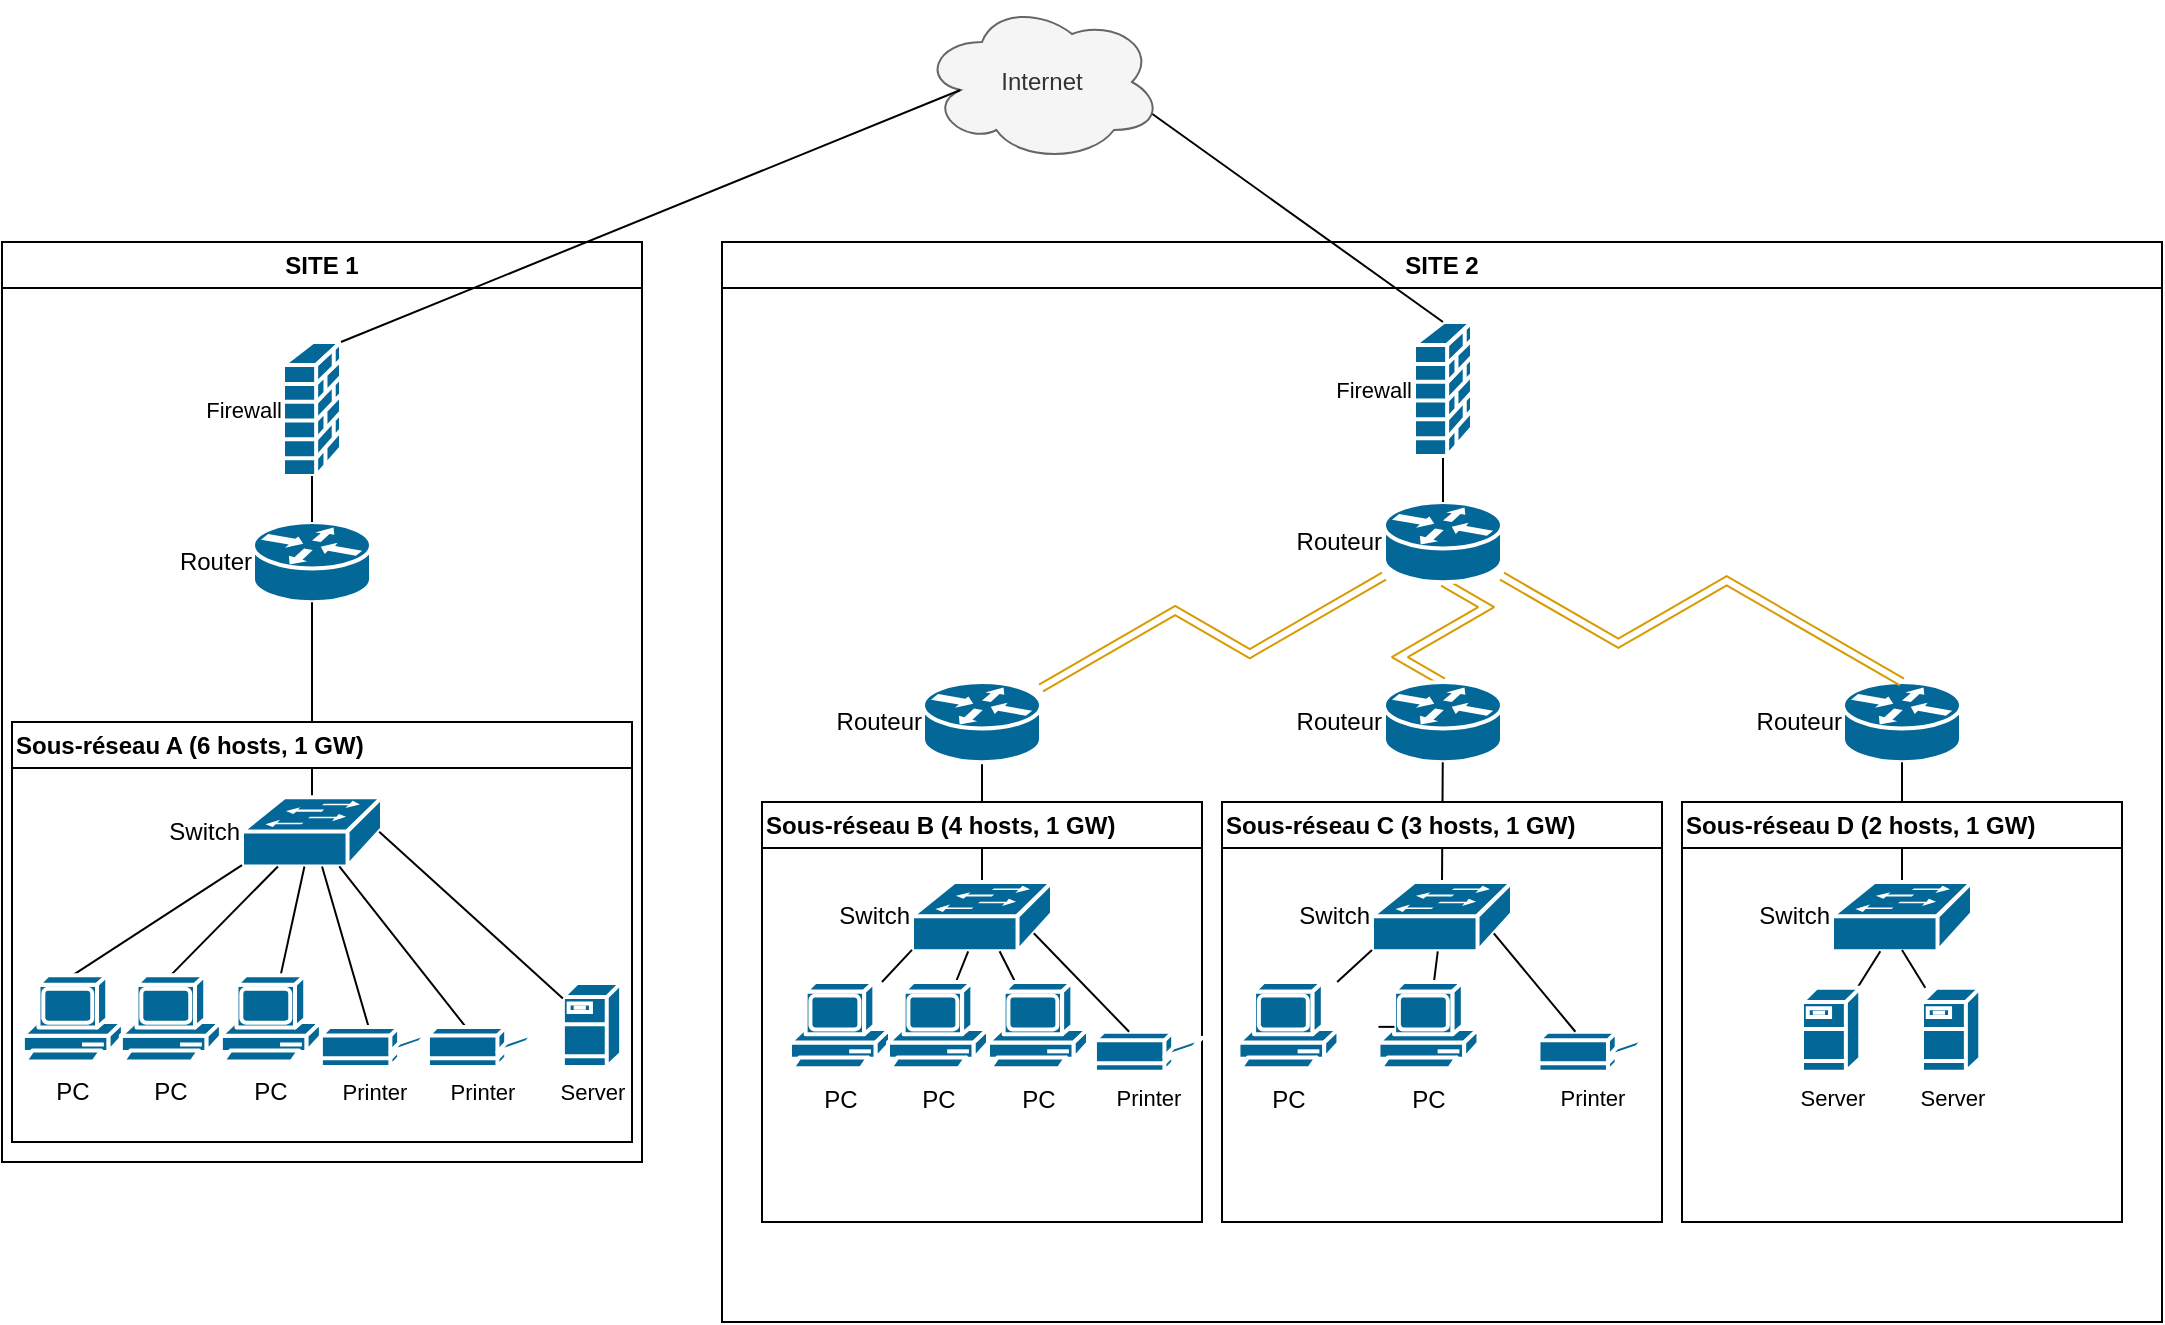
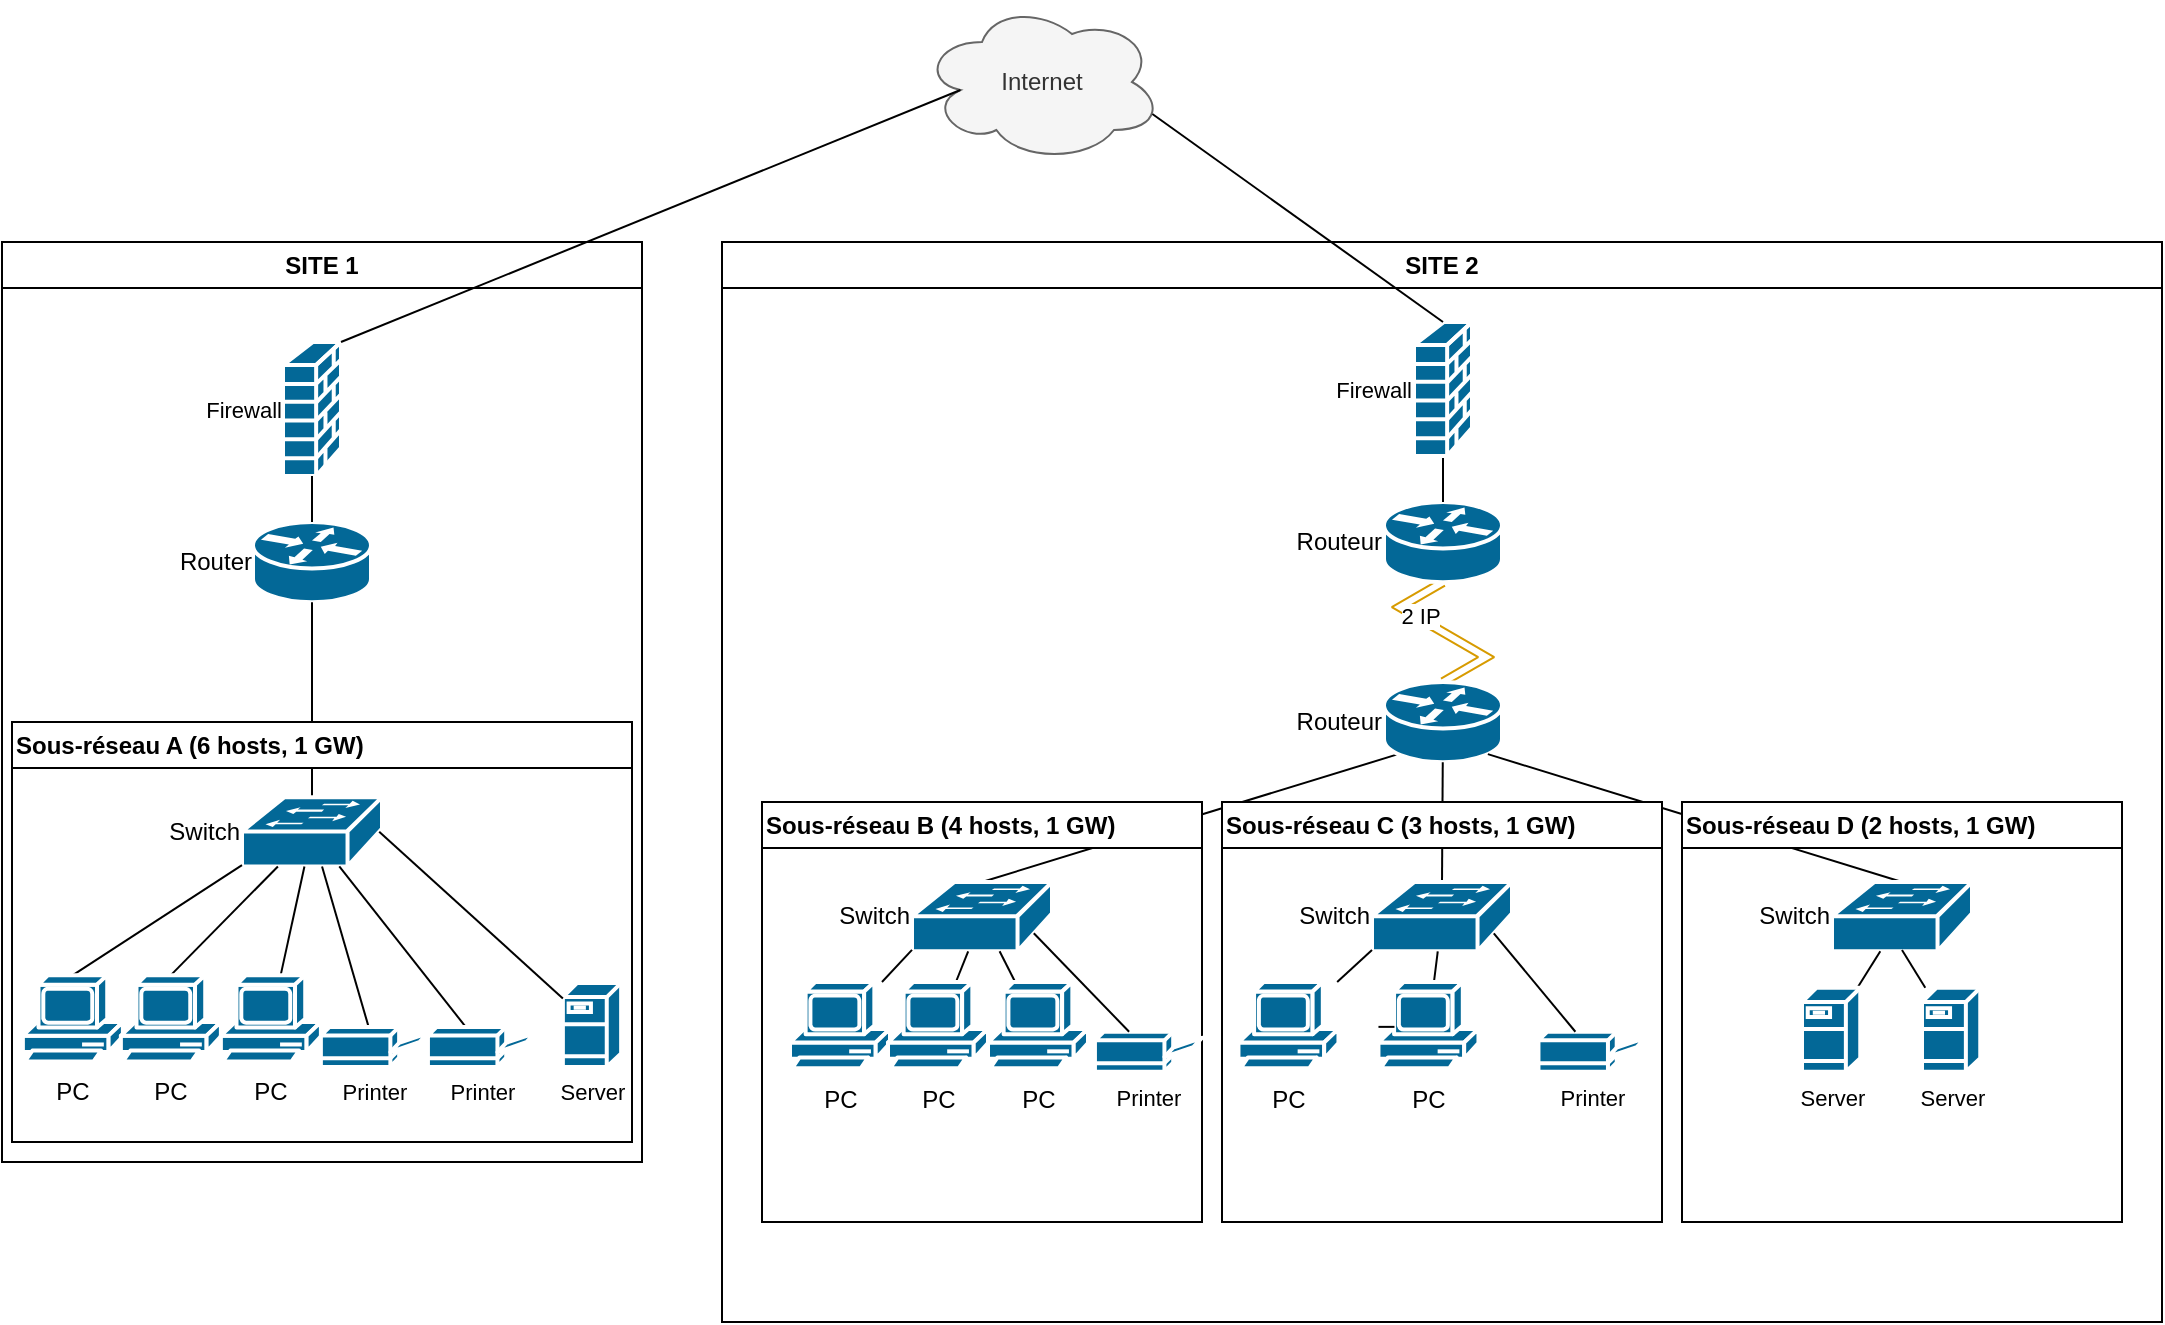
<mxfile host="app.diagrams.net">
  <diagram name="Page-1" id="ekn4VuCVdfrbBKzGEbSc">
-     <mxGraphModel dx="1768" dy="870" grid="1" gridSize="10" guides="1" tooltips="1" connect="1" arrows="1" fold="1" page="1" pageScale="1" pageWidth="827" pageHeight="1169" math="0" shadow="0">
+     <mxGraphModel dx="2175" dy="1071" grid="1" gridSize="10" guides="1" tooltips="1" connect="1" arrows="1" fold="1" page="1" pageScale="1" pageWidth="827" pageHeight="1169" math="0" shadow="0">
      <root>
        <mxCell id="0" />
        <mxCell id="1" parent="0" />
        <mxCell id="f7Ks8EoNQ2PZTetNXwv1-2496" parent="1" style="ellipse;shape=cloud;whiteSpace=wrap;html=1;fillColor=#f5f5f5;fontColor=#333333;strokeColor=#666666;" value="Internet" vertex="1">
          <mxGeometry height="80" width="120" x="730" y="90" as="geometry" />
        </mxCell>
        <mxCell id="f7Ks8EoNQ2PZTetNXwv1-2497" parent="1" style="swimlane;whiteSpace=wrap;html=1;startSize=23;" value="SITE 1" vertex="1">
          <mxGeometry height="460" width="320" x="270" y="210" as="geometry" />
        </mxCell>
        <mxCell id="f7Ks8EoNQ2PZTetNXwv1-2548" parent="f7Ks8EoNQ2PZTetNXwv1-2497" style="strokeColor=#ffffff;sketch=0;html=1;pointerEvents=1;dashed=0;fillColor=#036897;strokeWidth=2;verticalLabelPosition=middle;verticalAlign=middle;align=right;outlineConnect=0;shape=mxgraph.cisco.routers.router;labelBackgroundColor=none;labelPosition=left;" value="Router" vertex="1">
          <mxGeometry height="40.09" width="59" x="125.5" y="140" as="geometry" />
        </mxCell>
        <mxCell id="f7Ks8EoNQ2PZTetNXwv1-2555" edge="1" parent="f7Ks8EoNQ2PZTetNXwv1-2497" source="mVMcnRNJooNBmQ9YAk_B-56" style="edgeStyle=orthogonalEdgeStyle;rounded=0;orthogonalLoop=1;jettySize=auto;html=1;entryX=0.5;entryY=1;entryDx=0;entryDy=0;entryPerimeter=0;endArrow=none;endFill=0;" target="f7Ks8EoNQ2PZTetNXwv1-2548">
          <mxGeometry relative="1" as="geometry">
            <mxPoint x="160.0666666666666" y="130" as="sourcePoint" />
          </mxGeometry>
        </mxCell>
        <mxCell id="mVMcnRNJooNBmQ9YAk_B-55" parent="f7Ks8EoNQ2PZTetNXwv1-2497" style="swimlane;whiteSpace=wrap;html=1;align=left;" value="&lt;div align=&quot;left&quot;&gt;Sous-réseau A (6 hosts, 1 GW)&lt;/div&gt;" vertex="1">
          <mxGeometry height="210" width="310" x="5" y="240" as="geometry" />
        </mxCell>
        <mxCell id="mVMcnRNJooNBmQ9YAk_B-56" parent="mVMcnRNJooNBmQ9YAk_B-55" style="strokeColor=#ffffff;sketch=0;html=1;pointerEvents=1;dashed=0;fillColor=#036897;strokeWidth=2;verticalLabelPosition=middle;verticalAlign=middle;align=right;outlineConnect=0;shape=mxgraph.cisco.switches.workgroup_switch;labelPosition=left;" value="Switch" vertex="1">
          <mxGeometry height="34.65" width="70" x="115" y="37.57" as="geometry" />
        </mxCell>
        <mxCell id="mVMcnRNJooNBmQ9YAk_B-57" edge="1" parent="mVMcnRNJooNBmQ9YAk_B-55" source="mVMcnRNJooNBmQ9YAk_B-58" style="rounded=0;orthogonalLoop=1;jettySize=auto;html=1;startArrow=none;startFill=0;endArrow=none;endFill=0;entryX=0;entryY=0.98;entryDx=0;entryDy=0;entryPerimeter=0;exitX=0.5;exitY=0;exitDx=0;exitDy=0;exitPerimeter=0;" target="mVMcnRNJooNBmQ9YAk_B-56">
          <mxGeometry relative="1" as="geometry" />
        </mxCell>
        <mxCell id="mVMcnRNJooNBmQ9YAk_B-58" parent="mVMcnRNJooNBmQ9YAk_B-55" style="sketch=0;html=1;pointerEvents=1;dashed=0;fillColor=#036897;strokeColor=#ffffff;strokeWidth=2;verticalLabelPosition=bottom;verticalAlign=top;align=center;outlineConnect=0;shape=mxgraph.cisco.computers_and_peripherals.pc;" value="PC" vertex="1">
          <mxGeometry height="44.87" width="50" x="5.439999999999997" y="126.57" as="geometry" />
        </mxCell>
        <mxCell id="mVMcnRNJooNBmQ9YAk_B-59" edge="1" parent="mVMcnRNJooNBmQ9YAk_B-55" source="mVMcnRNJooNBmQ9YAk_B-60" style="rounded=0;orthogonalLoop=1;jettySize=auto;html=1;endArrow=none;endFill=0;exitX=0.5;exitY=0;exitDx=0;exitDy=0;exitPerimeter=0;" target="mVMcnRNJooNBmQ9YAk_B-56">
          <mxGeometry relative="1" as="geometry" />
        </mxCell>
        <mxCell id="mVMcnRNJooNBmQ9YAk_B-60" parent="mVMcnRNJooNBmQ9YAk_B-55" style="sketch=0;html=1;pointerEvents=1;dashed=0;fillColor=#036897;strokeColor=#ffffff;strokeWidth=2;verticalLabelPosition=bottom;verticalAlign=top;align=center;outlineConnect=0;shape=mxgraph.cisco.computers_and_peripherals.pc;" value="PC" vertex="1">
          <mxGeometry height="44.87" width="50" x="54.44" y="126.57" as="geometry" />
        </mxCell>
        <mxCell id="mVMcnRNJooNBmQ9YAk_B-61" edge="1" parent="mVMcnRNJooNBmQ9YAk_B-55" source="mVMcnRNJooNBmQ9YAk_B-62" style="edgeStyle=none;shape=connector;rounded=0;orthogonalLoop=1;jettySize=auto;html=1;strokeColor=default;align=center;verticalAlign=middle;fontFamily=Helvetica;fontSize=11;fontColor=default;labelBackgroundColor=default;endArrow=none;endFill=0;" target="mVMcnRNJooNBmQ9YAk_B-56">
          <mxGeometry relative="1" as="geometry" />
        </mxCell>
        <mxCell id="mVMcnRNJooNBmQ9YAk_B-62" parent="mVMcnRNJooNBmQ9YAk_B-55" style="sketch=0;html=1;pointerEvents=1;dashed=0;fillColor=#036897;strokeColor=#ffffff;strokeWidth=2;verticalLabelPosition=bottom;verticalAlign=top;align=center;outlineConnect=0;shape=mxgraph.cisco.computers_and_peripherals.pc;" value="PC" vertex="1">
          <mxGeometry height="44.87" width="50" x="104.44" y="126.57" as="geometry" />
        </mxCell>
        <mxCell id="mVMcnRNJooNBmQ9YAk_B-63" edge="1" parent="mVMcnRNJooNBmQ9YAk_B-55" source="mVMcnRNJooNBmQ9YAk_B-64" style="edgeStyle=none;shape=connector;rounded=0;orthogonalLoop=1;jettySize=auto;html=1;strokeColor=default;align=center;verticalAlign=middle;fontFamily=Helvetica;fontSize=11;fontColor=default;labelBackgroundColor=default;endArrow=none;endFill=0;" target="mVMcnRNJooNBmQ9YAk_B-56">
          <mxGeometry relative="1" as="geometry" />
        </mxCell>
        <mxCell id="mVMcnRNJooNBmQ9YAk_B-64" parent="mVMcnRNJooNBmQ9YAk_B-55" style="sketch=0;html=1;pointerEvents=1;dashed=0;fillColor=#036897;strokeColor=#ffffff;strokeWidth=2;verticalLabelPosition=bottom;verticalAlign=top;align=center;outlineConnect=0;shape=mxgraph.cisco.computers_and_peripherals.printer;fontFamily=Helvetica;fontSize=11;fontColor=default;labelBackgroundColor=default;" value="Printer" vertex="1">
          <mxGeometry height="20" width="53.53" x="207.96999999999997" y="152.44" as="geometry" />
        </mxCell>
        <mxCell id="mVMcnRNJooNBmQ9YAk_B-65" edge="1" parent="mVMcnRNJooNBmQ9YAk_B-55" source="mVMcnRNJooNBmQ9YAk_B-66" style="edgeStyle=none;shape=connector;rounded=0;orthogonalLoop=1;jettySize=auto;html=1;strokeColor=default;align=center;verticalAlign=middle;fontFamily=Helvetica;fontSize=11;fontColor=default;labelBackgroundColor=default;endArrow=none;endFill=0;" target="mVMcnRNJooNBmQ9YAk_B-56">
          <mxGeometry relative="1" as="geometry" />
        </mxCell>
        <mxCell id="mVMcnRNJooNBmQ9YAk_B-66" parent="mVMcnRNJooNBmQ9YAk_B-55" style="sketch=0;html=1;pointerEvents=1;dashed=0;fillColor=#036897;strokeColor=#ffffff;strokeWidth=2;verticalLabelPosition=bottom;verticalAlign=top;align=center;outlineConnect=0;shape=mxgraph.cisco.computers_and_peripherals.printer;fontFamily=Helvetica;fontSize=11;fontColor=default;labelBackgroundColor=default;" value="Printer" vertex="1">
          <mxGeometry height="20" width="53.53" x="154.44" y="152.44" as="geometry" />
        </mxCell>
        <mxCell id="mVMcnRNJooNBmQ9YAk_B-67" parent="mVMcnRNJooNBmQ9YAk_B-55" style="strokeColor=#ffffff;sketch=0;html=1;pointerEvents=1;dashed=0;fillColor=#036897;strokeWidth=2;verticalLabelPosition=bottom;verticalAlign=top;align=center;outlineConnect=0;shape=mxgraph.cisco.servers.fileserver;fontFamily=Helvetica;fontSize=11;fontColor=default;labelBackgroundColor=default;" value="Server" vertex="1">
          <mxGeometry height="42" width="29.13" x="275.44" y="130.44" as="geometry" />
        </mxCell>
        <mxCell id="mVMcnRNJooNBmQ9YAk_B-68" edge="1" parent="mVMcnRNJooNBmQ9YAk_B-55" source="mVMcnRNJooNBmQ9YAk_B-67" style="edgeStyle=none;shape=connector;rounded=0;orthogonalLoop=1;jettySize=auto;html=1;entryX=0.98;entryY=0.5;entryDx=0;entryDy=0;entryPerimeter=0;strokeColor=default;align=center;verticalAlign=middle;fontFamily=Helvetica;fontSize=11;fontColor=default;labelBackgroundColor=default;endArrow=none;endFill=0;" target="mVMcnRNJooNBmQ9YAk_B-56">
          <mxGeometry relative="1" as="geometry" />
        </mxCell>
        <mxCell id="mVMcnRNJooNBmQ9YAk_B-94" parent="f7Ks8EoNQ2PZTetNXwv1-2497" style="strokeColor=#ffffff;sketch=0;html=1;pointerEvents=1;dashed=0;fillColor=#036897;strokeWidth=2;verticalLabelPosition=middle;verticalAlign=middle;align=right;outlineConnect=0;shape=mxgraph.cisco.security.firewall;fontFamily=Helvetica;fontSize=11;fontColor=default;labelBackgroundColor=default;labelPosition=left;" value="Firewall" vertex="1">
          <mxGeometry height="67" width="28.999999999999996" x="140.5" y="50" as="geometry" />
        </mxCell>
        <mxCell id="mVMcnRNJooNBmQ9YAk_B-96" edge="1" parent="f7Ks8EoNQ2PZTetNXwv1-2497" source="f7Ks8EoNQ2PZTetNXwv1-2548" style="edgeStyle=none;shape=connector;rounded=0;orthogonalLoop=1;jettySize=auto;html=1;entryX=0.5;entryY=1;entryDx=0;entryDy=0;entryPerimeter=0;strokeColor=default;align=center;verticalAlign=middle;fontFamily=Helvetica;fontSize=11;fontColor=default;labelBackgroundColor=default;endArrow=none;endFill=0;" target="mVMcnRNJooNBmQ9YAk_B-94">
          <mxGeometry relative="1" as="geometry" />
        </mxCell>
        <mxCell id="f7Ks8EoNQ2PZTetNXwv1-2513" parent="1" style="swimlane;whiteSpace=wrap;html=1;startSize=23;" value="SITE 2" vertex="1">
          <mxGeometry height="540" width="720" x="630" y="210" as="geometry">
            <mxRectangle height="30" width="80" x="380" y="190" as="alternateBounds" />
          </mxGeometry>
        </mxCell>
-         <mxCell id="mVMcnRNJooNBmQ9YAk_B-15" edge="1" parent="f7Ks8EoNQ2PZTetNXwv1-2513" source="f7Ks8EoNQ2PZTetNXwv1-2563" style="edgeStyle=isometricEdgeStyle;shape=link;rounded=0;orthogonalLoop=1;jettySize=auto;html=1;strokeColor=#d79b00;align=center;verticalAlign=middle;fontFamily=Helvetica;fontSize=11;fontColor=default;labelBackgroundColor=default;endArrow=none;endFill=0;jumpStyle=sharp;shadow=0;flowAnimation=0;fillColor=#ffe6cc;" target="mVMcnRNJooNBmQ9YAk_B-2">
+         <mxCell id="mVMcnRNJooNBmQ9YAk_B-17" edge="1" parent="f7Ks8EoNQ2PZTetNXwv1-2513" source="f7Ks8EoNQ2PZTetNXwv1-2563" style="edgeStyle=isometricEdgeStyle;shape=link;rounded=0;orthogonalLoop=1;jettySize=auto;html=1;strokeColor=#d79b00;align=center;verticalAlign=middle;fontFamily=Helvetica;fontSize=11;fontColor=default;labelBackgroundColor=default;endArrow=none;endFill=0;exitX=0.5;exitY=1;exitDx=0;exitDy=0;exitPerimeter=0;elbow=horizontal;entryX=0.5;entryY=0;entryDx=0;entryDy=0;entryPerimeter=0;fillColor=#ffe6cc;" target="mVMcnRNJooNBmQ9YAk_B-3">
          <mxGeometry relative="1" as="geometry" />
        </mxCell>
-         <mxCell id="mVMcnRNJooNBmQ9YAk_B-17" edge="1" parent="f7Ks8EoNQ2PZTetNXwv1-2513" source="f7Ks8EoNQ2PZTetNXwv1-2563" style="edgeStyle=isometricEdgeStyle;shape=link;rounded=0;orthogonalLoop=1;jettySize=auto;html=1;strokeColor=#d79b00;align=center;verticalAlign=middle;fontFamily=Helvetica;fontSize=11;fontColor=default;labelBackgroundColor=default;endArrow=none;endFill=0;exitX=0.5;exitY=1;exitDx=0;exitDy=0;exitPerimeter=0;elbow=vertical;entryX=0.5;entryY=0;entryDx=0;entryDy=0;entryPerimeter=0;fillColor=#ffe6cc;" target="mVMcnRNJooNBmQ9YAk_B-3">
-           <mxGeometry relative="1" as="geometry" />
+         <mxCell id="mVMcnRNJooNBmQ9YAk_B-99" connectable="0" parent="mVMcnRNJooNBmQ9YAk_B-17" style="edgeLabel;html=1;align=center;verticalAlign=middle;resizable=0;points=[];fontFamily=Helvetica;fontSize=11;fontColor=default;labelBackgroundColor=default;" value="2 IP" vertex="1">
+           <mxGeometry relative="1" x="-0.2751" y="1" as="geometry">
+             <mxPoint as="offset" />
+           </mxGeometry>
        </mxCell>
        <mxCell id="f7Ks8EoNQ2PZTetNXwv1-2563" parent="f7Ks8EoNQ2PZTetNXwv1-2513" style="strokeColor=#ffffff;sketch=0;html=1;pointerEvents=1;dashed=0;fillColor=#036897;strokeWidth=2;verticalLabelPosition=middle;verticalAlign=middle;align=right;outlineConnect=0;shape=mxgraph.cisco.routers.router;labelBackgroundColor=none;labelPosition=left;" value="&lt;span style=&quot;&quot;&gt;Routeur&lt;/span&gt;" vertex="1">
          <mxGeometry height="40.09" width="59" x="331" y="130" as="geometry" />
        </mxCell>
-         <mxCell id="mVMcnRNJooNBmQ9YAk_B-19" edge="1" parent="f7Ks8EoNQ2PZTetNXwv1-2513" source="mVMcnRNJooNBmQ9YAk_B-2" style="edgeStyle=none;shape=connector;rounded=0;orthogonalLoop=1;jettySize=auto;html=1;strokeColor=default;align=center;verticalAlign=middle;fontFamily=Helvetica;fontSize=11;fontColor=default;labelBackgroundColor=default;endArrow=none;endFill=0;entryX=0.5;entryY=0;entryDx=0;entryDy=0;entryPerimeter=0;" target="mVMcnRNJooNBmQ9YAk_B-70">
+         <mxCell id="mVMcnRNJooNBmQ9YAk_B-19" edge="1" parent="f7Ks8EoNQ2PZTetNXwv1-2513" source="mVMcnRNJooNBmQ9YAk_B-3" style="edgeStyle=none;shape=connector;rounded=0;orthogonalLoop=1;jettySize=auto;html=1;strokeColor=default;align=center;verticalAlign=middle;fontFamily=Helvetica;fontSize=11;fontColor=default;labelBackgroundColor=default;endArrow=none;endFill=0;entryX=0.5;entryY=0;entryDx=0;entryDy=0;entryPerimeter=0;exitX=0.12;exitY=0.9;exitDx=0;exitDy=0;exitPerimeter=0;" target="mVMcnRNJooNBmQ9YAk_B-70">
          <mxGeometry relative="1" as="geometry">
+             <mxPoint x="130" y="260.0899999999999" as="sourcePoint" />
            <mxPoint x="130" y="320" as="targetPoint" />
          </mxGeometry>
        </mxCell>
-         <mxCell id="mVMcnRNJooNBmQ9YAk_B-2" parent="f7Ks8EoNQ2PZTetNXwv1-2513" style="strokeColor=#ffffff;sketch=0;html=1;pointerEvents=1;dashed=0;fillColor=#036897;strokeWidth=2;verticalLabelPosition=middle;verticalAlign=middle;align=right;outlineConnect=0;shape=mxgraph.cisco.routers.router;labelBackgroundColor=none;labelPosition=left;" value="&lt;span style=&quot;&quot;&gt;Routeur&lt;/span&gt;" vertex="1">
-           <mxGeometry height="40.09" width="59" x="100.5" y="220.00000000000003" as="geometry" />
-         </mxCell>
        <mxCell id="mVMcnRNJooNBmQ9YAk_B-3" parent="f7Ks8EoNQ2PZTetNXwv1-2513" style="strokeColor=#ffffff;sketch=0;html=1;pointerEvents=1;dashed=0;fillColor=#036897;strokeWidth=2;verticalLabelPosition=middle;verticalAlign=middle;align=right;outlineConnect=0;shape=mxgraph.cisco.routers.router;labelBackgroundColor=none;labelPosition=left;" value="&lt;span style=&quot;&quot;&gt;Routeur&lt;/span&gt;" vertex="1">
          <mxGeometry height="40.09" width="59" x="331" y="220" as="geometry" />
-         </mxCell>
-         <mxCell id="mVMcnRNJooNBmQ9YAk_B-5" parent="f7Ks8EoNQ2PZTetNXwv1-2513" style="strokeColor=#ffffff;sketch=0;html=1;pointerEvents=1;dashed=0;fillColor=#036897;strokeWidth=2;verticalLabelPosition=middle;verticalAlign=middle;align=right;outlineConnect=0;shape=mxgraph.cisco.routers.router;labelBackgroundColor=none;labelPosition=left;" value="&lt;span style=&quot;&quot;&gt;Routeur&lt;/span&gt;" vertex="1">
-           <mxGeometry height="40.09" width="59" x="560.5" y="220" as="geometry" />
        </mxCell>
        <mxCell id="mVMcnRNJooNBmQ9YAk_B-7" edge="1" parent="f7Ks8EoNQ2PZTetNXwv1-2513" source="mVMcnRNJooNBmQ9YAk_B-6" style="edgeStyle=none;shape=connector;rounded=0;orthogonalLoop=1;jettySize=auto;html=1;strokeColor=default;align=center;verticalAlign=middle;fontFamily=Helvetica;fontSize=11;fontColor=default;labelBackgroundColor=default;endArrow=none;endFill=0;" target="f7Ks8EoNQ2PZTetNXwv1-2563">
          <mxGeometry relative="1" as="geometry" />
        </mxCell>
        <mxCell id="mVMcnRNJooNBmQ9YAk_B-6" parent="f7Ks8EoNQ2PZTetNXwv1-2513" style="strokeColor=#ffffff;sketch=0;html=1;pointerEvents=1;dashed=0;fillColor=#036897;strokeWidth=2;verticalLabelPosition=middle;verticalAlign=middle;align=right;outlineConnect=0;shape=mxgraph.cisco.security.firewall;fontFamily=Helvetica;fontSize=11;fontColor=default;labelBackgroundColor=default;labelPosition=left;" value="Firewall" vertex="1">
          <mxGeometry height="67" width="28.999999999999996" x="346" y="40" as="geometry" />
        </mxCell>
-         <mxCell id="mVMcnRNJooNBmQ9YAk_B-18" edge="1" parent="f7Ks8EoNQ2PZTetNXwv1-2513" source="f7Ks8EoNQ2PZTetNXwv1-2563" style="edgeStyle=isometricEdgeStyle;shape=link;rounded=0;orthogonalLoop=1;jettySize=auto;html=1;entryX=0.5;entryY=0;entryDx=0;entryDy=0;entryPerimeter=0;strokeColor=#d79b00;align=center;verticalAlign=middle;fontFamily=Helvetica;fontSize=11;fontColor=default;labelBackgroundColor=default;endArrow=none;endFill=0;elbow=vertical;fillColor=#ffe6cc;" target="mVMcnRNJooNBmQ9YAk_B-5">
-           <mxGeometry relative="1" as="geometry" />
-         </mxCell>
        <mxCell id="mVMcnRNJooNBmQ9YAk_B-20" edge="1" parent="f7Ks8EoNQ2PZTetNXwv1-2513" source="mVMcnRNJooNBmQ9YAk_B-3" style="edgeStyle=none;shape=connector;rounded=0;orthogonalLoop=1;jettySize=auto;html=1;entryX=0.5;entryY=0;entryDx=0;entryDy=0;entryPerimeter=0;strokeColor=default;align=center;verticalAlign=middle;fontFamily=Helvetica;fontSize=11;fontColor=default;labelBackgroundColor=default;endArrow=none;endFill=0;" target="mVMcnRNJooNBmQ9YAk_B-80">
          <mxGeometry relative="1" as="geometry">
            <mxPoint x="360" y="320" as="targetPoint" />
          </mxGeometry>
        </mxCell>
-         <mxCell id="mVMcnRNJooNBmQ9YAk_B-21" edge="1" parent="f7Ks8EoNQ2PZTetNXwv1-2513" source="mVMcnRNJooNBmQ9YAk_B-5" style="edgeStyle=none;shape=connector;rounded=0;orthogonalLoop=1;jettySize=auto;html=1;entryX=0.5;entryY=0;entryDx=0;entryDy=0;entryPerimeter=0;strokeColor=default;align=center;verticalAlign=middle;fontFamily=Helvetica;fontSize=11;fontColor=default;labelBackgroundColor=default;endArrow=none;endFill=0;" target="mVMcnRNJooNBmQ9YAk_B-89">
+         <mxCell id="mVMcnRNJooNBmQ9YAk_B-21" edge="1" parent="f7Ks8EoNQ2PZTetNXwv1-2513" source="mVMcnRNJooNBmQ9YAk_B-3" style="edgeStyle=none;shape=connector;rounded=0;orthogonalLoop=1;jettySize=auto;html=1;entryX=0.5;entryY=0;entryDx=0;entryDy=0;entryPerimeter=0;strokeColor=default;align=center;verticalAlign=middle;fontFamily=Helvetica;fontSize=11;fontColor=default;labelBackgroundColor=default;endArrow=none;endFill=0;exitX=0.88;exitY=0.9;exitDx=0;exitDy=0;exitPerimeter=0;" target="mVMcnRNJooNBmQ9YAk_B-89">
          <mxGeometry relative="1" as="geometry">
+             <mxPoint x="590" y="260.0899999999999" as="sourcePoint" />
            <mxPoint x="590" y="320" as="targetPoint" />
          </mxGeometry>
        </mxCell>
        <mxCell id="mVMcnRNJooNBmQ9YAk_B-69" parent="f7Ks8EoNQ2PZTetNXwv1-2513" style="swimlane;whiteSpace=wrap;html=1;align=left;" value="&lt;div align=&quot;left&quot;&gt;Sous-réseau B (4 hosts, 1 GW)&lt;/div&gt;" vertex="1">
          <mxGeometry height="210" width="220" x="20" y="280" as="geometry" />
        </mxCell>
        <mxCell id="mVMcnRNJooNBmQ9YAk_B-70" parent="mVMcnRNJooNBmQ9YAk_B-69" style="strokeColor=#ffffff;sketch=0;html=1;pointerEvents=1;dashed=0;fillColor=#036897;strokeWidth=2;verticalLabelPosition=middle;verticalAlign=middle;align=right;outlineConnect=0;shape=mxgraph.cisco.switches.workgroup_switch;labelPosition=left;" value="Switch" vertex="1">
          <mxGeometry height="34.65" width="70" x="75" y="40" as="geometry" />
        </mxCell>
        <mxCell id="mVMcnRNJooNBmQ9YAk_B-71" parent="mVMcnRNJooNBmQ9YAk_B-69" style="sketch=0;html=1;pointerEvents=1;dashed=0;fillColor=#036897;strokeColor=#ffffff;strokeWidth=2;verticalLabelPosition=bottom;verticalAlign=top;align=center;outlineConnect=0;shape=mxgraph.cisco.computers_and_peripherals.pc;" value="PC" vertex="1">
          <mxGeometry height="44.87" width="50" x="14" y="90" as="geometry" />
        </mxCell>
        <mxCell id="mVMcnRNJooNBmQ9YAk_B-72" edge="1" parent="mVMcnRNJooNBmQ9YAk_B-69" source="mVMcnRNJooNBmQ9YAk_B-73" style="edgeStyle=none;shape=connector;rounded=0;orthogonalLoop=1;jettySize=auto;html=1;strokeColor=default;align=center;verticalAlign=middle;fontFamily=Helvetica;fontSize=11;fontColor=default;labelBackgroundColor=default;endArrow=none;endFill=0;" target="mVMcnRNJooNBmQ9YAk_B-70" value="">
          <mxGeometry relative="1" as="geometry" />
        </mxCell>
        <mxCell id="mVMcnRNJooNBmQ9YAk_B-73" parent="mVMcnRNJooNBmQ9YAk_B-69" style="sketch=0;html=1;pointerEvents=1;dashed=0;fillColor=#036897;strokeColor=#ffffff;strokeWidth=2;verticalLabelPosition=bottom;verticalAlign=top;align=center;outlineConnect=0;shape=mxgraph.cisco.computers_and_peripherals.pc;" value="PC" vertex="1">
          <mxGeometry height="44.87" width="50" x="63" y="90" as="geometry" />
        </mxCell>
        <mxCell id="mVMcnRNJooNBmQ9YAk_B-74" edge="1" parent="mVMcnRNJooNBmQ9YAk_B-69" source="mVMcnRNJooNBmQ9YAk_B-75" style="edgeStyle=none;shape=connector;rounded=0;orthogonalLoop=1;jettySize=auto;html=1;strokeColor=default;align=center;verticalAlign=middle;fontFamily=Helvetica;fontSize=11;fontColor=default;labelBackgroundColor=default;endArrow=none;endFill=0;" target="mVMcnRNJooNBmQ9YAk_B-70">
          <mxGeometry relative="1" as="geometry" />
        </mxCell>
        <mxCell id="mVMcnRNJooNBmQ9YAk_B-75" parent="mVMcnRNJooNBmQ9YAk_B-69" style="sketch=0;html=1;pointerEvents=1;dashed=0;fillColor=#036897;strokeColor=#ffffff;strokeWidth=2;verticalLabelPosition=bottom;verticalAlign=top;align=center;outlineConnect=0;shape=mxgraph.cisco.computers_and_peripherals.pc;" value="PC" vertex="1">
          <mxGeometry height="44.87" width="50" x="113" y="90" as="geometry" />
        </mxCell>
        <mxCell id="mVMcnRNJooNBmQ9YAk_B-76" parent="mVMcnRNJooNBmQ9YAk_B-69" style="sketch=0;html=1;pointerEvents=1;dashed=0;fillColor=#036897;strokeColor=#ffffff;strokeWidth=2;verticalLabelPosition=bottom;verticalAlign=top;align=center;outlineConnect=0;shape=mxgraph.cisco.computers_and_peripherals.printer;fontFamily=Helvetica;fontSize=11;fontColor=default;labelBackgroundColor=default;" value="Printer" vertex="1">
          <mxGeometry height="20" width="53.53" x="166.47000000000003" y="114.87" as="geometry" />
        </mxCell>
        <mxCell id="mVMcnRNJooNBmQ9YAk_B-77" edge="1" parent="mVMcnRNJooNBmQ9YAk_B-69" source="mVMcnRNJooNBmQ9YAk_B-71" style="edgeStyle=none;shape=connector;rounded=0;orthogonalLoop=1;jettySize=auto;html=1;entryX=0;entryY=0.98;entryDx=0;entryDy=0;entryPerimeter=0;strokeColor=default;align=center;verticalAlign=middle;fontFamily=Helvetica;fontSize=11;fontColor=default;labelBackgroundColor=default;endArrow=none;endFill=0;" target="mVMcnRNJooNBmQ9YAk_B-70">
          <mxGeometry relative="1" as="geometry" />
        </mxCell>
        <mxCell id="mVMcnRNJooNBmQ9YAk_B-78" edge="1" parent="mVMcnRNJooNBmQ9YAk_B-69" source="mVMcnRNJooNBmQ9YAk_B-76" style="edgeStyle=none;shape=connector;rounded=0;orthogonalLoop=1;jettySize=auto;html=1;entryX=0.87;entryY=0.74;entryDx=0;entryDy=0;entryPerimeter=0;strokeColor=default;align=center;verticalAlign=middle;fontFamily=Helvetica;fontSize=11;fontColor=default;labelBackgroundColor=default;endArrow=none;endFill=0;" target="mVMcnRNJooNBmQ9YAk_B-70">
          <mxGeometry relative="1" as="geometry" />
        </mxCell>
        <mxCell id="mVMcnRNJooNBmQ9YAk_B-79" parent="f7Ks8EoNQ2PZTetNXwv1-2513" style="swimlane;whiteSpace=wrap;html=1;align=left;" value="&lt;div align=&quot;left&quot;&gt;Sous-réseau C (3 hosts, 1 GW)&lt;/div&gt;" vertex="1">
          <mxGeometry height="210" width="220" x="250" y="280" as="geometry" />
        </mxCell>
        <mxCell id="mVMcnRNJooNBmQ9YAk_B-80" parent="mVMcnRNJooNBmQ9YAk_B-79" style="strokeColor=#ffffff;sketch=0;html=1;pointerEvents=1;dashed=0;fillColor=#036897;strokeWidth=2;verticalLabelPosition=middle;verticalAlign=middle;align=right;outlineConnect=0;shape=mxgraph.cisco.switches.workgroup_switch;labelPosition=left;" value="Switch" vertex="1">
          <mxGeometry height="34.65" width="70" x="75" y="40" as="geometry" />
        </mxCell>
        <mxCell id="mVMcnRNJooNBmQ9YAk_B-81" edge="1" parent="mVMcnRNJooNBmQ9YAk_B-79" source="mVMcnRNJooNBmQ9YAk_B-82" style="edgeStyle=none;shape=connector;rounded=0;orthogonalLoop=1;jettySize=auto;html=1;strokeColor=default;align=center;verticalAlign=middle;fontFamily=Helvetica;fontSize=11;fontColor=default;labelBackgroundColor=default;endArrow=none;endFill=0;entryX=0;entryY=0.98;entryDx=0;entryDy=0;entryPerimeter=0;" target="mVMcnRNJooNBmQ9YAk_B-80">
          <mxGeometry relative="1" as="geometry" />
        </mxCell>
        <mxCell id="mVMcnRNJooNBmQ9YAk_B-82" parent="mVMcnRNJooNBmQ9YAk_B-79" style="sketch=0;html=1;pointerEvents=1;dashed=0;fillColor=#036897;strokeColor=#ffffff;strokeWidth=2;verticalLabelPosition=bottom;verticalAlign=top;align=center;outlineConnect=0;shape=mxgraph.cisco.computers_and_peripherals.pc;" value="PC" vertex="1">
          <mxGeometry height="44.87" width="50" x="8.23" y="90" as="geometry" />
        </mxCell>
        <mxCell id="mVMcnRNJooNBmQ9YAk_B-83" edge="1" parent="mVMcnRNJooNBmQ9YAk_B-79" source="mVMcnRNJooNBmQ9YAk_B-84" style="edgeStyle=none;shape=connector;rounded=0;orthogonalLoop=1;jettySize=auto;html=1;strokeColor=default;align=center;verticalAlign=middle;fontFamily=Helvetica;fontSize=11;fontColor=default;labelBackgroundColor=default;endArrow=none;endFill=0;" target="mVMcnRNJooNBmQ9YAk_B-80">
          <mxGeometry relative="1" as="geometry" />
        </mxCell>
        <mxCell id="mVMcnRNJooNBmQ9YAk_B-84" parent="mVMcnRNJooNBmQ9YAk_B-79" style="sketch=0;html=1;pointerEvents=1;dashed=0;fillColor=#036897;strokeColor=#ffffff;strokeWidth=2;verticalLabelPosition=bottom;verticalAlign=top;align=center;outlineConnect=0;shape=mxgraph.cisco.computers_and_peripherals.pc;" value="PC" vertex="1">
          <mxGeometry height="44.87" width="50" x="78.23" y="90" as="geometry" />
        </mxCell>
        <mxCell id="mVMcnRNJooNBmQ9YAk_B-85" edge="1" parent="mVMcnRNJooNBmQ9YAk_B-79" source="mVMcnRNJooNBmQ9YAk_B-84" style="edgeStyle=none;shape=connector;rounded=0;orthogonalLoop=1;jettySize=auto;html=1;exitX=0.16;exitY=0.5;exitDx=0;exitDy=0;exitPerimeter=0;strokeColor=default;align=center;verticalAlign=middle;fontFamily=Helvetica;fontSize=11;fontColor=default;labelBackgroundColor=default;endArrow=none;endFill=0;" target="mVMcnRNJooNBmQ9YAk_B-84">
          <mxGeometry relative="1" as="geometry" />
        </mxCell>
        <mxCell id="mVMcnRNJooNBmQ9YAk_B-86" parent="mVMcnRNJooNBmQ9YAk_B-79" style="sketch=0;html=1;pointerEvents=1;dashed=0;fillColor=#036897;strokeColor=#ffffff;strokeWidth=2;verticalLabelPosition=bottom;verticalAlign=top;align=center;outlineConnect=0;shape=mxgraph.cisco.computers_and_peripherals.printer;fontFamily=Helvetica;fontSize=11;fontColor=default;labelBackgroundColor=default;" value="Printer" vertex="1">
          <mxGeometry height="20" width="53.53" x="158.23" y="114.87" as="geometry" />
        </mxCell>
        <mxCell id="mVMcnRNJooNBmQ9YAk_B-87" edge="1" parent="mVMcnRNJooNBmQ9YAk_B-79" source="mVMcnRNJooNBmQ9YAk_B-86" style="edgeStyle=none;shape=connector;rounded=0;orthogonalLoop=1;jettySize=auto;html=1;entryX=0.87;entryY=0.74;entryDx=0;entryDy=0;entryPerimeter=0;strokeColor=default;align=center;verticalAlign=middle;fontFamily=Helvetica;fontSize=11;fontColor=default;labelBackgroundColor=default;endArrow=none;endFill=0;" target="mVMcnRNJooNBmQ9YAk_B-80">
          <mxGeometry relative="1" as="geometry" />
        </mxCell>
        <mxCell id="mVMcnRNJooNBmQ9YAk_B-88" parent="f7Ks8EoNQ2PZTetNXwv1-2513" style="swimlane;whiteSpace=wrap;html=1;align=left;" value="&lt;div align=&quot;left&quot;&gt;Sous-réseau D (2 hosts, 1 GW)&lt;/div&gt;" vertex="1">
          <mxGeometry height="210" width="220" x="480" y="280" as="geometry" />
        </mxCell>
        <mxCell id="mVMcnRNJooNBmQ9YAk_B-89" parent="mVMcnRNJooNBmQ9YAk_B-88" style="strokeColor=#ffffff;sketch=0;html=1;pointerEvents=1;dashed=0;fillColor=#036897;strokeWidth=2;verticalLabelPosition=middle;verticalAlign=middle;align=right;outlineConnect=0;shape=mxgraph.cisco.switches.workgroup_switch;labelPosition=left;" value="Switch" vertex="1">
          <mxGeometry height="34.65" width="70" x="75" y="40" as="geometry" />
        </mxCell>
        <mxCell id="mVMcnRNJooNBmQ9YAk_B-90" edge="1" parent="mVMcnRNJooNBmQ9YAk_B-88" source="mVMcnRNJooNBmQ9YAk_B-91" style="edgeStyle=none;shape=connector;rounded=0;orthogonalLoop=1;jettySize=auto;html=1;strokeColor=default;align=center;verticalAlign=middle;fontFamily=Helvetica;fontSize=11;fontColor=default;labelBackgroundColor=default;endArrow=none;endFill=0;" target="mVMcnRNJooNBmQ9YAk_B-89">
          <mxGeometry relative="1" as="geometry" />
        </mxCell>
        <mxCell id="mVMcnRNJooNBmQ9YAk_B-91" parent="mVMcnRNJooNBmQ9YAk_B-88" style="strokeColor=#ffffff;sketch=0;html=1;pointerEvents=1;dashed=0;fillColor=#036897;strokeWidth=2;verticalLabelPosition=bottom;verticalAlign=top;align=center;outlineConnect=0;shape=mxgraph.cisco.servers.fileserver;fontFamily=Helvetica;fontSize=11;fontColor=default;labelBackgroundColor=default;" value="Server" vertex="1">
          <mxGeometry height="42" width="29.13" x="60" y="92.87" as="geometry" />
        </mxCell>
        <mxCell id="mVMcnRNJooNBmQ9YAk_B-92" parent="mVMcnRNJooNBmQ9YAk_B-88" style="strokeColor=#ffffff;sketch=0;html=1;pointerEvents=1;dashed=0;fillColor=#036897;strokeWidth=2;verticalLabelPosition=bottom;verticalAlign=top;align=center;outlineConnect=0;shape=mxgraph.cisco.servers.fileserver;fontFamily=Helvetica;fontSize=11;fontColor=default;labelBackgroundColor=default;" value="Server" vertex="1">
          <mxGeometry height="42" width="29.13" x="120" y="92.87" as="geometry" />
        </mxCell>
        <mxCell id="mVMcnRNJooNBmQ9YAk_B-93" edge="1" parent="mVMcnRNJooNBmQ9YAk_B-88" source="mVMcnRNJooNBmQ9YAk_B-92" style="edgeStyle=none;shape=connector;rounded=0;orthogonalLoop=1;jettySize=auto;html=1;entryX=0.5;entryY=0.98;entryDx=0;entryDy=0;entryPerimeter=0;strokeColor=default;align=center;verticalAlign=middle;fontFamily=Helvetica;fontSize=11;fontColor=default;labelBackgroundColor=default;endArrow=none;endFill=0;" target="mVMcnRNJooNBmQ9YAk_B-89">
          <mxGeometry relative="1" as="geometry" />
        </mxCell>
        <mxCell id="f7Ks8EoNQ2PZTetNXwv1-2549" edge="1" parent="1" source="mVMcnRNJooNBmQ9YAk_B-94" style="rounded=0;orthogonalLoop=1;jettySize=auto;html=1;entryX=0.16;entryY=0.55;entryDx=0;entryDy=0;entryPerimeter=0;strokeColor=default;endArrow=none;endFill=0;exitX=1;exitY=0;exitDx=0;exitDy=0;exitPerimeter=0;" target="f7Ks8EoNQ2PZTetNXwv1-2496">
          <mxGeometry relative="1" as="geometry" />
        </mxCell>
        <mxCell id="f7Ks8EoNQ2PZTetNXwv1-2551" edge="1" parent="1" source="mVMcnRNJooNBmQ9YAk_B-6" style="rounded=0;orthogonalLoop=1;jettySize=auto;html=1;entryX=0.96;entryY=0.7;entryDx=0;entryDy=0;entryPerimeter=0;endArrow=none;endFill=0;exitX=0.5;exitY=0;exitDx=0;exitDy=0;exitPerimeter=0;" target="f7Ks8EoNQ2PZTetNXwv1-2496">
          <mxGeometry relative="1" as="geometry">
            <mxPoint x="960.5961685823756" y="250" as="sourcePoint" />
          </mxGeometry>
        </mxCell>
      </root>
    </mxGraphModel>
  </diagram>
</mxfile>
